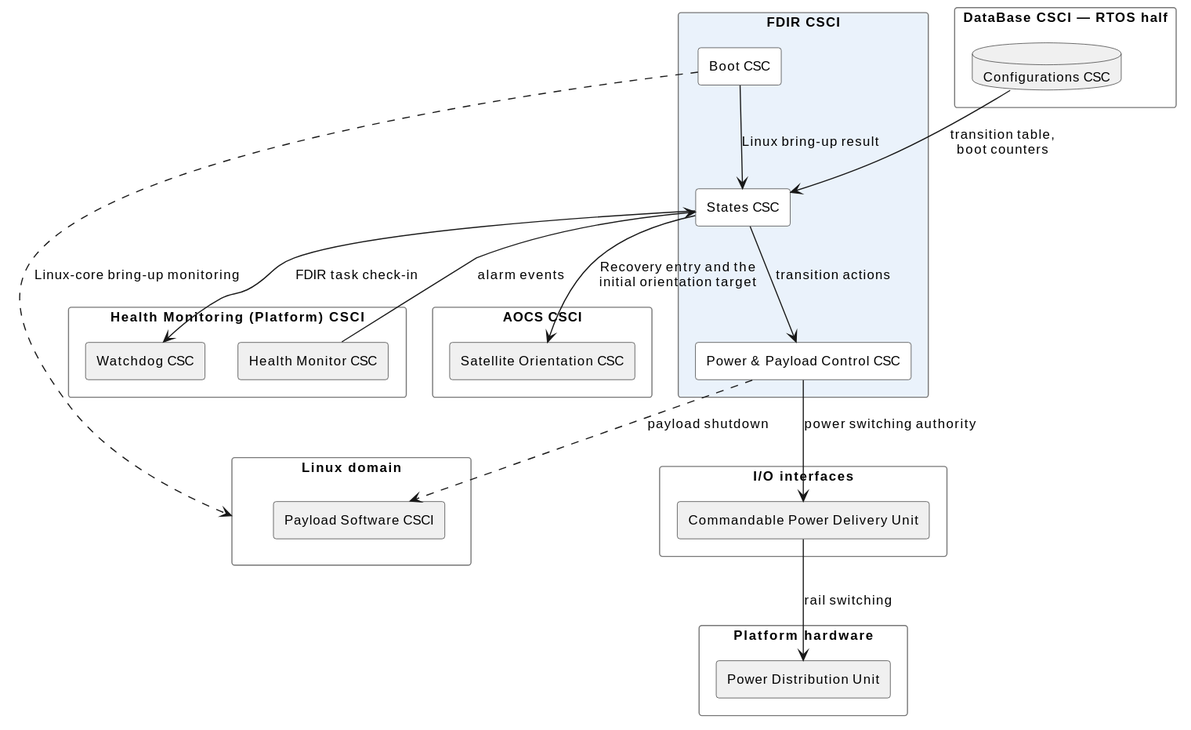
This is docs/fdir_csci.svg from seapit/urban-memory, a PlantUML export, as it was before one commit.
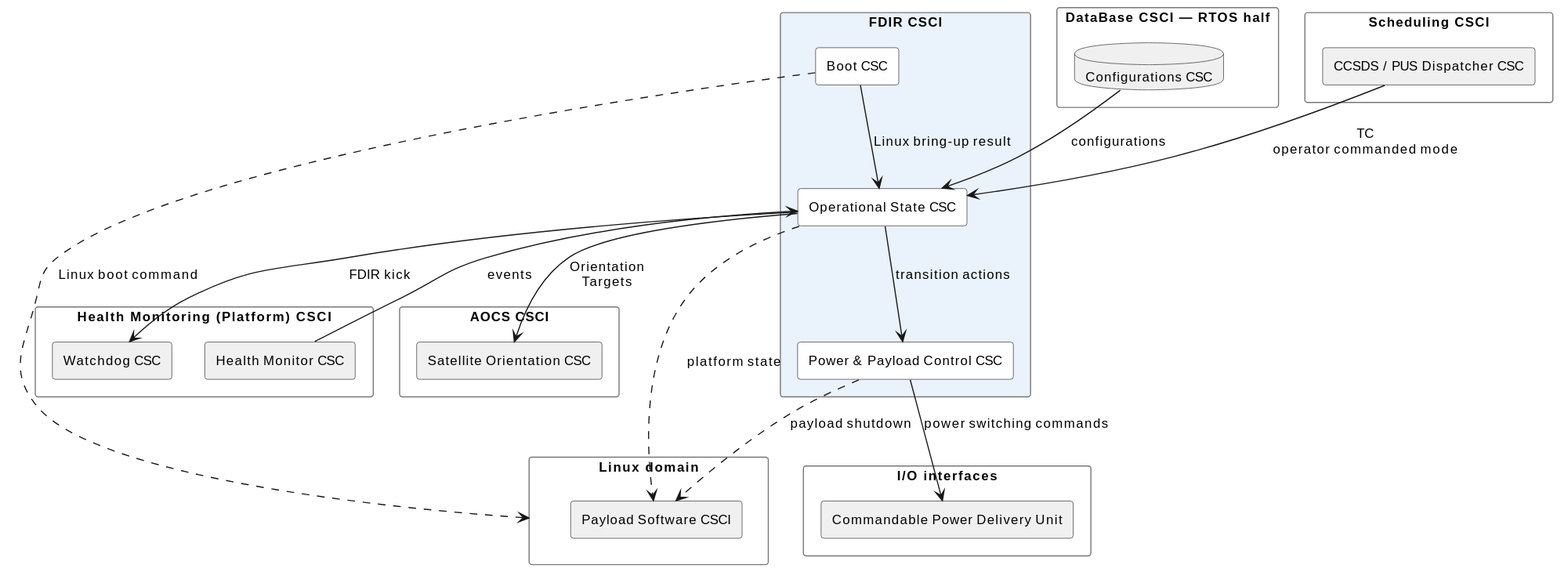
After the change.

What changed in the source:
```diff
@@ -1,5 +1,4 @@
 @startuml
-
 skinparam componentStyle rectangle
 skinparam packageStyle rectangle
 skinparam shadowing false
@@ -22,12 +21,15 @@
 
 package "FDIR CSCI" as FDIR #EAF2FB {
   component "Boot CSC" as BOOT
-  component "States CSC" as STATES
+  component "Operational State CSC" as STATES
   component "Power & Payload Control CSC" as PPC
 }
 
 package "DataBase CSCI — RTOS half" as DBRT {
   database "Configurations CSC" as CFG #F0F0F0
+}
+package "Scheduling CSCI" as SCHED {
+  component "CCSDS / PUS Dispatcher CSC" as CCSDS #F0F0F0
 }
 package "Health Monitoring (Platform) CSCI" as HM {
   component "Health Monitor CSC" as HMON #F0F0F0
@@ -42,19 +44,16 @@
 package "Linux domain" as LINDOM {
   component "Payload Software CSCI" as PAY #F0F0F0
 }
-package "Platform hardware" as PHW {
-  component "Power Distribution Unit" as PDUHW #F0F0F0
-}
-
 BOOT --> STATES : Linux bring-up result
 STATES --> PPC : transition actions
 
-CFG --> STATES : transition table,\nboot counters
-HMON --> STATES : alarm events
-STATES --> WD : FDIR task check-in
-PPC --> PDUIF : power switching authority
-STATES --> SATORIENT : Recovery entry and the\ninitial orientation target
+CFG --> STATES : configurations
+CCSDS --> STATES : TC\noperator commanded mode
+HMON --> STATES : events
+STATES --> WD : FDIR kick
+PPC --> PDUIF : power switching commands
+STATES --> SATORIENT : Orientation\nTargets
 PPC ..> PAY : payload shutdown
-BOOT ..> LINDOM : Linux-core bring-up monitoring
-PDUIF --> PDUHW : rail switching
+STATES ..> PAY : platform state
+BOOT ..> LINDOM : Linux boot command
 @enduml
```
